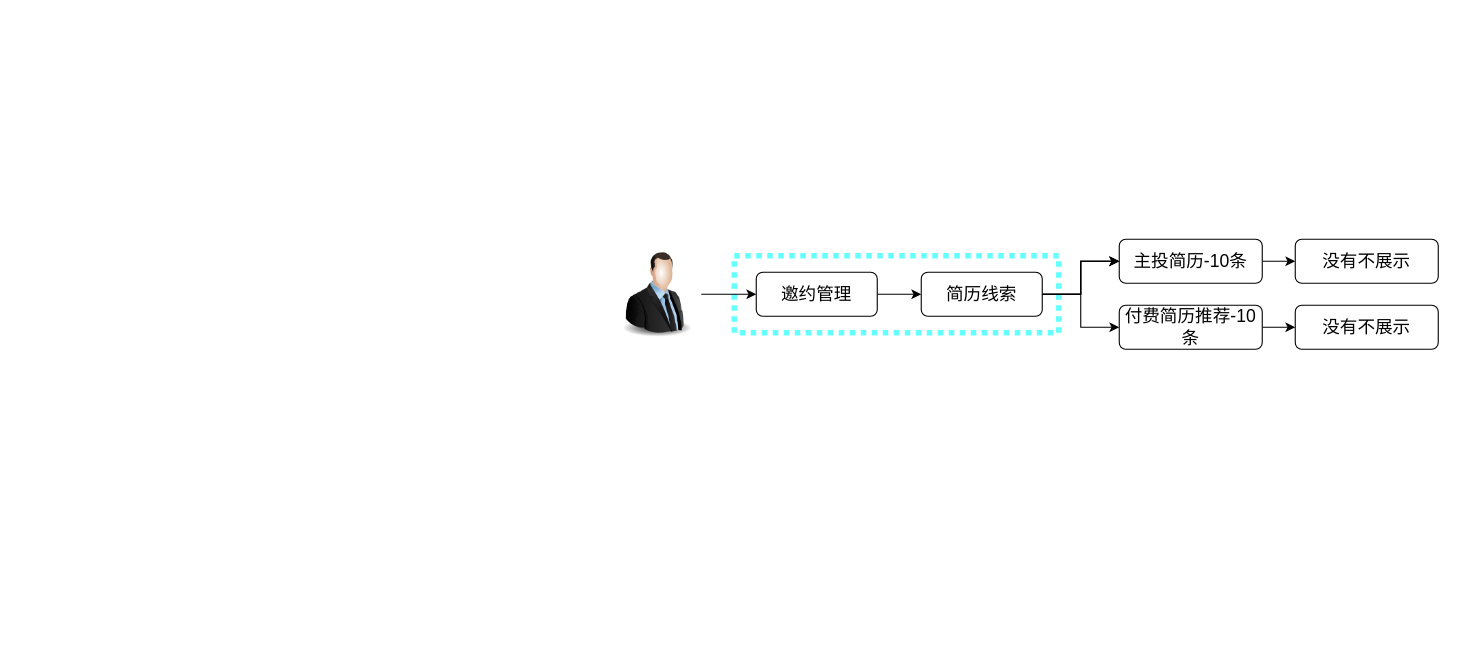
Earlier version of the draw.io diagram 简历线索优化.drawio (LuOyEbY/draw-b). Source tidied: cells renumbered, new cells numbered last; positions are measured from the earlier drawing's top-left corner, leaving out a move shared by most shapes. Both pictures are drawn from the tidied source at 110%, with x=0, y=0 at pixel (613, 239).
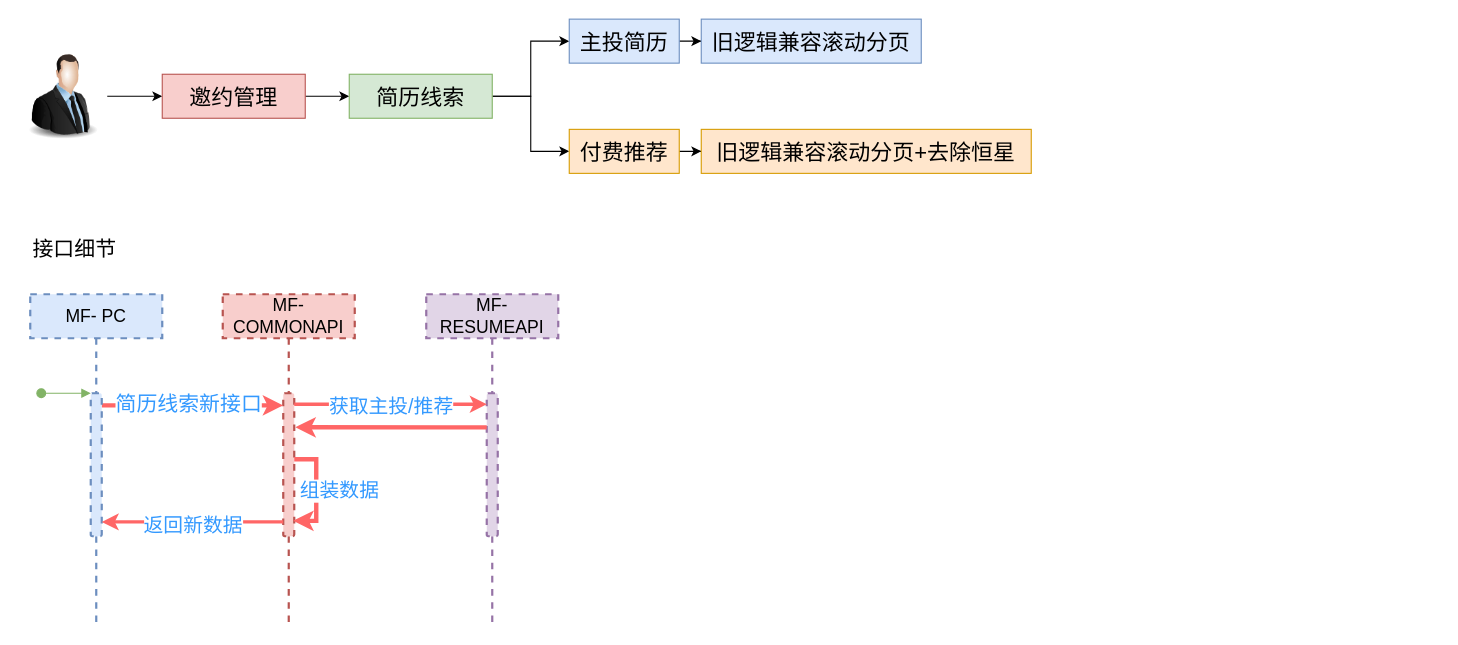
The same page after the edit.

Commit message (it also covers changes not shown here):
更新简历线索优化.drawio

The edit, as a diff of the source:
```diff
@@
-    <mxCell id="2" style="rounded=0;whiteSpace=wrap;html=1;dashed=1;strokeColor=#66FFFF;strokeWidth=5;dashPattern=1 1;" parent="1" vertex="1">
-      <mxGeometry x="110" y="15" width="295" height="70" as="geometry" />
-    </mxCell>
-    <mxCell id="3" style="edgeStyle=orthogonalEdgeStyle;rounded=0;jettySize=auto;html=1;entryX=0;entryY=0.5;entryDx=0;entryDy=0;" parent="1" edge="1" source="4" target="6">
-      <mxGeometry relative="1" as="geometry" />
-    </mxCell>
-    <mxCell id="4" style="image;html=1;image=img/lib/clip_art/people/Suit_Man_128x128.png;" parent="1" vertex="1">
-      <mxGeometry y="10" width="80" height="80" as="geometry" />
-    </mxCell>
+    <mxCell id="18" style="edgeStyle=orthogonalEdgeStyle;rounded=0;jettySize=auto;html=1;entryX=0;entryY=0.5;entryDx=0;entryDy=0;fontSize=19;" parent="1" edge="1" source="19" target="6">
+      <mxGeometry relative="1" as="geometry" />
+    </mxCell>
+    <mxCell id="19" style="image;html=1;image=img/lib/clip_art/people/Suit_Man_128x128.png;fontSize=20;" parent="1" vertex="1">
+      <mxGeometry x="-540" y="-170" width="80" height="80" as="geometry" />
+    </mxCell>
-    <mxCell id="5" style="edgeStyle=orthogonalEdgeStyle;rounded=0;jettySize=auto;html=1;entryX=0;entryY=0.5;entryDx=0;entryDy=0;" parent="1" edge="1" source="6" target="11">
+    <mxCell id="5" style="edgeStyle=orthogonalEdgeStyle;rounded=0;jettySize=auto;html=1;entryX=0;entryY=0.5;entryDx=0;entryDy=0;fontSize=19;" parent="1" edge="1" source="6" target="11">
       <mxGeometry relative="1" as="geometry" />
     </mxCell>
-    <mxCell id="6" value="邀约管理" style="rounded=1;whiteSpace=wrap;html=1;fontSize=16;" parent="1" vertex="1">
-      <mxGeometry x="130" y="30" width="110" height="40" as="geometry" />
+    <mxCell id="6" value="邀约管理" style="rounded=0;whiteSpace=wrap;html=1;fontSize=20;fillColor=#f8cecc;strokeColor=#b85450;" parent="1" vertex="1">
+      <mxGeometry x="-410" y="-150" width="130" height="40" as="geometry" />
     </mxCell>
-    <mxCell id="7" style="edgeStyle=orthogonalEdgeStyle;rounded=0;jettySize=auto;html=1;" parent="1" edge="1" source="11" target="13">
-      <mxGeometry relative="1" as="geometry" />
-    </mxCell>
-    <mxCell id="8" style="edgeStyle=orthogonalEdgeStyle;rounded=0;jettySize=auto;html=1;" parent="1" edge="1" source="11" target="13">
-      <mxGeometry relative="1" as="geometry" />
-    </mxCell>
-    <mxCell id="9" style="edgeStyle=orthogonalEdgeStyle;rounded=0;jettySize=auto;html=1;" parent="1" edge="1" source="11" target="13">
-      <mxGeometry relative="1" as="geometry" />
-    </mxCell>
-    <mxCell id="10" style="edgeStyle=orthogonalEdgeStyle;rounded=0;jettySize=auto;html=1;entryX=0;entryY=0.5;entryDx=0;entryDy=0;" parent="1" edge="1" source="11" target="15">
-      <mxGeometry relative="1" as="geometry" />
-    </mxCell>
+    <mxCell id="20" style="edgeStyle=orthogonalEdgeStyle;rounded=0;jettySize=auto;html=1;entryX=0;entryY=0.5;entryDx=0;entryDy=0;fontSize=19;" parent="1" edge="1" source="11" target="23">
+      <mxGeometry relative="1" as="geometry" />
+    </mxCell>
+    <mxCell id="21" style="edgeStyle=orthogonalEdgeStyle;rounded=0;jettySize=auto;html=1;entryX=0;entryY=0.5;entryDx=0;entryDy=0;" parent="1" edge="1" source="11" target="26">
+      <mxGeometry relative="1" as="geometry" />
+    </mxCell>
-    <mxCell id="11" value="简历线索" style="rounded=1;whiteSpace=wrap;html=1;fontSize=16;" parent="1" vertex="1">
-      <mxGeometry x="280" y="30" width="110" height="40" as="geometry" />
+    <mxCell id="11" value="简历线索" style="rounded=0;whiteSpace=wrap;html=1;fontSize=20;fillColor=#d5e8d4;strokeColor=#82b366;" parent="1" vertex="1">
+      <mxGeometry x="-240" y="-150" width="130" height="40" as="geometry" />
     </mxCell>
-    <mxCell id="12" style="edgeStyle=orthogonalEdgeStyle;rounded=0;jettySize=auto;html=1;" parent="1" edge="1" source="13" target="16">
-      <mxGeometry relative="1" as="geometry" />
-    </mxCell>
-    <mxCell id="13" value="主投简历-10条" style="rounded=1;whiteSpace=wrap;html=1;fontSize=16;" parent="1" vertex="1">
-      <mxGeometry x="460" width="130" height="40" as="geometry" />
-    </mxCell>
-    <mxCell id="14" style="edgeStyle=orthogonalEdgeStyle;rounded=0;jettySize=auto;html=1;" parent="1" edge="1" source="15" target="17">
-      <mxGeometry relative="1" as="geometry" />
-    </mxCell>
-    <mxCell id="15" value="付费简历推荐-10条" style="rounded=1;whiteSpace=wrap;html=1;fontSize=16;" parent="1" vertex="1">
-      <mxGeometry x="460" y="60" width="130" height="40" as="geometry" />
-    </mxCell>
-    <mxCell id="16" value="没有不展示" style="rounded=1;whiteSpace=wrap;html=1;fontSize=16;" parent="1" vertex="1">
-      <mxGeometry x="620" width="130" height="40" as="geometry" />
-    </mxCell>
-    <mxCell id="17" value="没有不展示" style="rounded=1;whiteSpace=wrap;html=1;fontSize=16;" parent="1" vertex="1">
-      <mxGeometry x="620" y="60" width="130" height="40" as="geometry" />
-    </mxCell>
+    <mxCell id="22" style="edgeStyle=orthogonalEdgeStyle;rounded=0;jettySize=auto;html=1;entryX=0;entryY=0.5;entryDx=0;entryDy=0;" parent="1" edge="1" source="23" target="27">
+      <mxGeometry relative="1" as="geometry" />
+    </mxCell>
+    <mxCell id="23" value="主投简历" style="rounded=0;whiteSpace=wrap;html=1;fontSize=20;fillColor=#dae8fc;strokeColor=#6c8ebf;" parent="1" vertex="1">
+      <mxGeometry x="-40" y="-200.1" width="100" height="40" as="geometry" />
+    </mxCell>
+    <mxCell id="24" style="edgeStyle=orthogonalEdgeStyle;rounded=0;orthogonalLoop=1;jettySize=auto;html=1;entryX=0;entryY=0.5;entryDx=0;entryDy=0;" parent="1" edge="1">
+      <mxGeometry relative="1" as="geometry">
+        <mxPoint x="80" y="-130" as="sourcePoint" />
+      </mxGeometry>
+    </mxCell>
+    <mxCell id="25" style="edgeStyle=orthogonalEdgeStyle;rounded=0;jettySize=auto;html=1;" parent="1" edge="1" source="26" target="28">
+      <mxGeometry relative="1" as="geometry" />
+    </mxCell>
+    <mxCell id="26" value="付费推荐" style="rounded=0;whiteSpace=wrap;html=1;fontSize=20;fillColor=#ffe6cc;strokeColor=#d79b00;" parent="1" vertex="1">
+      <mxGeometry x="-40" y="-99.9" width="100" height="40" as="geometry" />
+    </mxCell>
+    <mxCell id="27" value="旧逻辑兼容滚动分页" style="rounded=0;whiteSpace=wrap;html=1;fontSize=20;fillColor=#dae8fc;strokeColor=#6c8ebf;" parent="1" vertex="1">
+      <mxGeometry x="80" y="-200.1" width="200" height="40" as="geometry" />
+    </mxCell>
+    <mxCell id="28" value="旧逻辑兼容滚动分页+去除恒星" style="rounded=0;whiteSpace=wrap;html=1;fontSize=20;fillColor=#ffe6cc;strokeColor=#d79b00;" parent="1" vertex="1">
+      <mxGeometry x="80" y="-99.9" width="300" height="40" as="geometry" />
+    </mxCell>
+    <mxCell id="29" value="MF- PC" style="shape=umlLifeline;perimeter=lifelinePerimeter;whiteSpace=wrap;html=1;rounded=0;fontFamily=Helvetica;fontSize=16;strokeColor=#6c8ebf;fillColor=#DAE8FC;labelBackgroundColor=none;labelBorderColor=none;dashed=1;strokeWidth=2;" parent="1" vertex="1">
+      <mxGeometry x="-530" y="50" width="120" height="300" as="geometry" />
+    </mxCell>
+    <mxCell id="30" value="MF-COMMONAPI" style="shape=umlLifeline;perimeter=lifelinePerimeter;whiteSpace=wrap;html=1;rounded=0;fontFamily=Helvetica;fontSize=16;strokeColor=#b85450;fillColor=#f8cecc;labelBackgroundColor=none;labelBorderColor=none;dashed=1;strokeWidth=2;" parent="1" vertex="1">
+      <mxGeometry x="-355" y="50" width="120" height="300" as="geometry" />
+    </mxCell>
+    <mxCell id="31" style="html=1;points=[];perimeter=orthogonalPerimeter;rounded=1;fontFamily=Helvetica;fontSize=19;strokeColor=#b85450;fillColor=#f8cecc;labelBackgroundColor=none;labelBorderColor=none;dashed=1;strokeWidth=2;" parent="30" vertex="1">
+      <mxGeometry x="55" y="90" width="10" height="130" as="geometry" />
+    </mxCell>
+    <mxCell id="32" style="edgeStyle=orthogonalEdgeStyle;rounded=0;orthogonalLoop=1;jettySize=auto;html=1;entryX=0.9;entryY=0.892;entryDx=0;entryDy=0;entryPerimeter=0;strokeColor=#FF6666;strokeWidth=4;" parent="30" edge="1" source="31" target="31">
+      <mxGeometry relative="1" as="geometry">
+        <Array as="points">
+          <mxPoint x="85" y="150" />
+          <mxPoint x="85" y="206" />
+        </Array>
+      </mxGeometry>
+    </mxCell>
+    <mxCell id="33" value="组装数据" style="edgeLabel;html=1;align=center;verticalAlign=middle;fontColor=#3399FF;fontSize=18;" parent="32" vertex="1">
+      <mxGeometry x="-0.01" relative="1" as="geometry">
+        <mxPoint x="20" as="offset" />
+      </mxGeometry>
+    </mxCell>
+    <mxCell id="34" style="edgeStyle=orthogonalEdgeStyle;rounded=0;jettySize=auto;html=1;entryX=0;entryY=0.085;entryDx=0;entryDy=0;entryPerimeter=0;fontSize=24;fillColor=#f8cecc;strokeColor=#FF6666;fontColor=#FFB366;strokeWidth=4;" parent="1" edge="1" source="36" target="31">
+      <mxGeometry relative="1" as="geometry">
+        <Array as="points">
+          <mxPoint x="-420" y="151" />
+          <mxPoint x="-420" y="151" />
+        </Array>
+      </mxGeometry>
+    </mxCell>
+    <mxCell id="35" value="简历线索新接口" style="edgeLabel;html=1;align=center;verticalAlign=middle;fontSize=19;fontColor=#3399FF;" parent="34" vertex="1">
+      <mxGeometry x="-0.05" y="1" relative="1" as="geometry" />
+    </mxCell>
+    <mxCell id="36" style="html=1;points=[];perimeter=orthogonalPerimeter;rounded=1;fontFamily=Helvetica;fontSize=19;strokeColor=#6c8ebf;fillColor=#dae8fc;labelBackgroundColor=#D5E8D4;labelBorderColor=none;dashed=1;strokeWidth=2;" parent="1" vertex="1">
+      <mxGeometry x="-475" y="140" width="10" height="130" as="geometry" />
+    </mxCell>
+    <mxCell id="37" style="html=1;verticalAlign=bottom;startArrow=oval;endArrow=block;startSize=8;rounded=0;fontFamily=Helvetica;fontSize=19;fontColor=default;fillColor=#d5e8d4;strokeColor=#82b366;" parent="1" edge="1" target="36">
+      <mxGeometry x="-0.11" y="10" relative="1" as="geometry">
+        <mxPoint x="-520" y="140" as="sourcePoint" />
+      </mxGeometry>
+    </mxCell>
+    <mxCell id="38" value="接口细节" style="text;html=1;align=center;verticalAlign=middle;strokeColor=none;fillColor=none;fontSize=19;" parent="1" vertex="1">
+      <mxGeometry x="-540" y="-10" width="100" height="40" as="geometry" />
+    </mxCell>
+    <mxCell id="39" value="MF-RESUMEAPI" style="shape=umlLifeline;perimeter=lifelinePerimeter;whiteSpace=wrap;html=1;rounded=0;fontFamily=Helvetica;fontSize=16;strokeColor=#9673a6;fillColor=#e1d5e7;labelBackgroundColor=none;labelBorderColor=none;dashed=1;strokeWidth=2;" parent="1" vertex="1">
+      <mxGeometry x="-170" y="50" width="120" height="300" as="geometry" />
+    </mxCell>
+    <mxCell id="40" style="html=1;points=[];perimeter=orthogonalPerimeter;rounded=1;fontFamily=Helvetica;fontSize=19;strokeColor=#9673a6;fillColor=#e1d5e7;labelBackgroundColor=none;labelBorderColor=none;dashed=1;strokeWidth=2;" parent="39" vertex="1">
+      <mxGeometry x="55" y="90" width="10" height="130" as="geometry" />
+    </mxCell>
+    <mxCell id="41" style="edgeStyle=orthogonalEdgeStyle;rounded=0;jettySize=auto;html=1;entryX=0;entryY=0.077;entryDx=0;entryDy=0;entryPerimeter=0;strokeColor=#FF6666;strokeWidth=3;" parent="1" edge="1" source="31" target="40">
+      <mxGeometry relative="1" as="geometry">
+        <Array as="points">
+          <mxPoint x="-240" y="150" />
+          <mxPoint x="-240" y="150" />
+        </Array>
+      </mxGeometry>
+    </mxCell>
+    <mxCell id="42" value="获取主投/推荐" style="edgeLabel;html=1;align=center;verticalAlign=middle;fontColor=#3399FF;fontSize=18;fontStyle=0;" parent="41" vertex="1">
+      <mxGeometry x="0.01" y="-1" relative="1" as="geometry" />
+    </mxCell>
+    <mxCell id="43" style="edgeStyle=orthogonalEdgeStyle;rounded=0;jettySize=auto;html=1;entryX=1.1;entryY=0.238;entryDx=0;entryDy=0;entryPerimeter=0;strokeColor=#FF6666;strokeWidth=4;" parent="1" edge="1" source="40" target="31">
+      <mxGeometry relative="1" as="geometry">
+        <Array as="points">
+          <mxPoint x="-150" y="171" />
+          <mxPoint x="-150" y="171" />
+        </Array>
+      </mxGeometry>
+    </mxCell>
+    <mxCell id="44" style="edgeStyle=orthogonalEdgeStyle;rounded=0;jettySize=auto;html=1;entryX=1;entryY=0.9;entryDx=0;entryDy=0;entryPerimeter=0;strokeColor=#FF6666;strokeWidth=3;" parent="1" edge="1" source="31" target="36">
+      <mxGeometry relative="1" as="geometry">
+        <Array as="points">
+          <mxPoint x="-340" y="257" />
+          <mxPoint x="-340" y="257" />
+        </Array>
+      </mxGeometry>
+    </mxCell>
+    <mxCell id="45" value="返回新数据" style="edgeLabel;html=1;align=center;verticalAlign=middle;fontColor=#3399FF;fontSize=18;" parent="44" vertex="1">
+      <mxGeometry x="0.01" y="3" relative="1" as="geometry" />
+    </mxCell>
```
